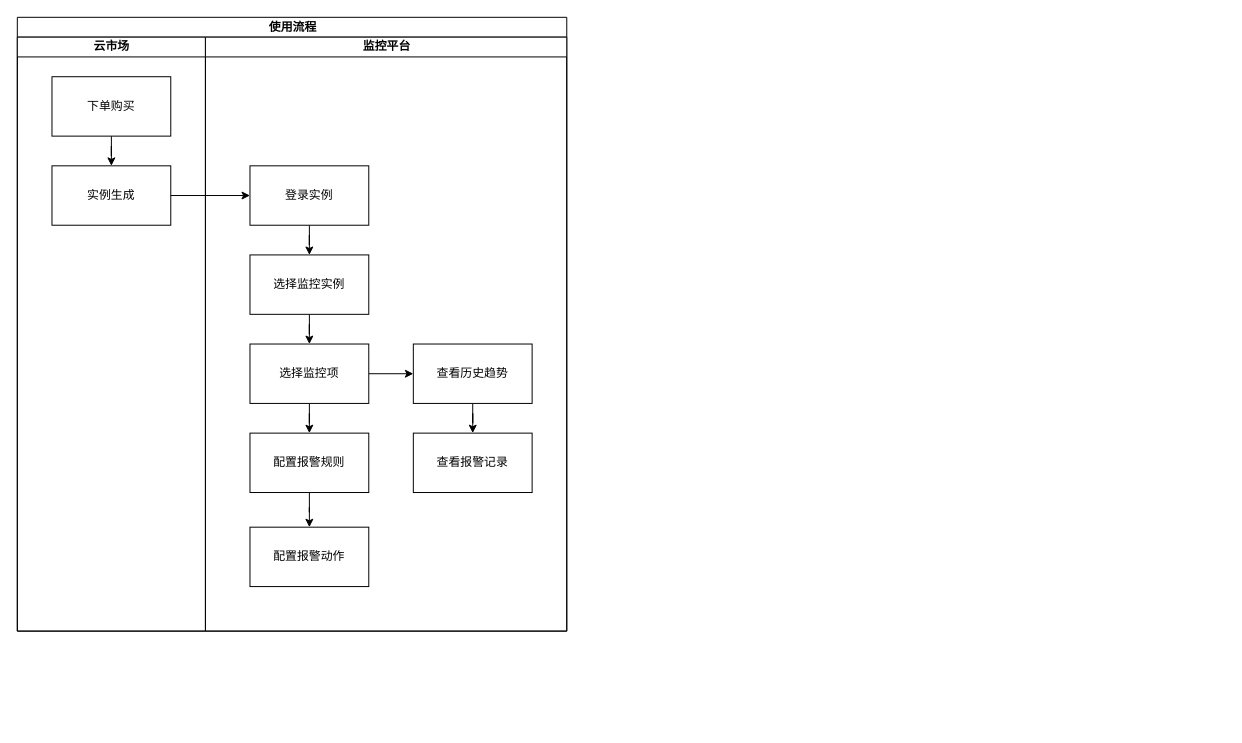
The draw.io diagram page "运维监控" (6 of 7) of Hedv.drawio in Sidamor/drawio, before the edit. Source tidied: cells renumbered, new cells numbered last; positions are measured from the earlier drawing's top-left corner, leaving out a move shared by most shapes. Both pictures are drawn from the tidied source at 99%, with x=0, y=0 at pixel (17, 17).
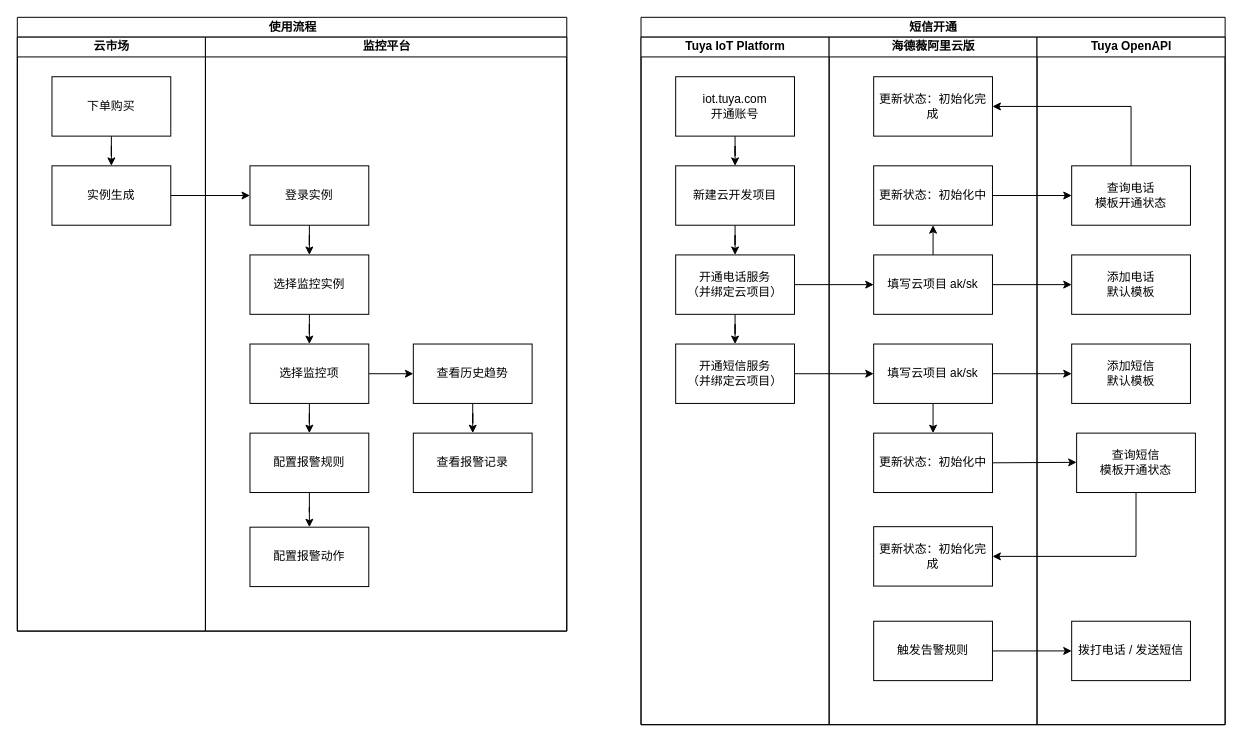
The same page after the edit.

Change to the diagram source:
```diff
@@
+    <mxCell id="22" value="短信开通" style="swimlane;startSize=20;html=1;" parent="1" vertex="1">
+      <mxGeometry x="630" width="590" height="714.5" as="geometry" />
+    </mxCell>
+    <mxCell id="23" value="Tuya IoT Platform" style="swimlane;startSize=20;html=1;" parent="22" vertex="1">
+      <mxGeometry y="20" width="190" height="694.5" as="geometry" />
+    </mxCell>
+    <mxCell id="24" style="edgeStyle=orthogonalEdgeStyle;rounded=0;jettySize=auto;html=1;" parent="23" edge="1" source="25" target="27">
+      <mxGeometry relative="1" as="geometry" />
+    </mxCell>
+    <mxCell id="25" value="iot.tuya.com&lt;br&gt;开通账号" style="rounded=0;whiteSpace=wrap;html=1;" parent="23" vertex="1">
+      <mxGeometry x="35" y="40" width="120" height="60" as="geometry" />
+    </mxCell>
+    <mxCell id="26" style="edgeStyle=orthogonalEdgeStyle;rounded=0;jettySize=auto;html=1;" parent="23" edge="1" source="27" target="29">
+      <mxGeometry relative="1" as="geometry" />
+    </mxCell>
+    <mxCell id="27" value="新建云开发项目" style="rounded=0;whiteSpace=wrap;html=1;" parent="23" vertex="1">
+      <mxGeometry x="35" y="130" width="120" height="60" as="geometry" />
+    </mxCell>
+    <mxCell id="28" style="edgeStyle=orthogonalEdgeStyle;rounded=0;jettySize=auto;html=1;" parent="23" edge="1" source="29" target="30">
+      <mxGeometry relative="1" as="geometry" />
+    </mxCell>
+    <mxCell id="29" value="开通电话服务&lt;br&gt;（并绑定云项目）" style="rounded=0;html=1;whiteSpace=wrap;" parent="23" vertex="1">
+      <mxGeometry x="35" y="220" width="120" height="60" as="geometry" />
+    </mxCell>
+    <mxCell id="30" value="开通短信服务&lt;br&gt;（并绑定云项目）" style="rounded=0;whiteSpace=wrap;html=1;" parent="23" vertex="1">
+      <mxGeometry x="35" y="310" width="120" height="60" as="geometry" />
+    </mxCell>
+    <mxCell id="31" value="海德薇阿里云版" style="swimlane;startSize=20;html=1;" parent="22" vertex="1">
+      <mxGeometry x="190" y="20" width="210" height="694.5" as="geometry" />
+    </mxCell>
+    <mxCell id="32" style="edgeStyle=orthogonalEdgeStyle;rounded=0;jettySize=auto;html=1;exitX=0.5;exitY=1;exitDx=0;exitDy=0;entryX=0.5;entryY=0;entryDx=0;entryDy=0;" parent="31" edge="1" source="33" target="35">
+      <mxGeometry relative="1" as="geometry" />
+    </mxCell>
+    <mxCell id="33" value="填写云项目 ak/sk" style="rounded=0;whiteSpace=wrap;html=1;" parent="31" vertex="1">
+      <mxGeometry x="45" y="310" width="120" height="60" as="geometry" />
+    </mxCell>
+    <mxCell id="34" style="edgeStyle=orthogonalEdgeStyle;rounded=0;jettySize=auto;html=1;exitX=1;exitY=0.5;exitDx=0;exitDy=0;" parent="31" edge="1" source="35">
+      <mxGeometry relative="1" as="geometry">
+        <mxPoint x="250" y="429.5" as="targetPoint" />
+      </mxGeometry>
+    </mxCell>
+    <mxCell id="35" value="更新状态：初始化中" style="rounded=0;whiteSpace=wrap;html=1;" parent="31" vertex="1">
+      <mxGeometry x="45" y="400" width="120" height="60" as="geometry" />
+    </mxCell>
+    <mxCell id="36" value="更新状态：初始化完成" style="rounded=0;whiteSpace=wrap;html=1;" parent="31" vertex="1">
+      <mxGeometry x="45" y="494.5" width="120" height="60" as="geometry" />
+    </mxCell>
+    <mxCell id="37" value="触发告警规则" style="rounded=0;whiteSpace=wrap;html=1;" parent="31" vertex="1">
+      <mxGeometry x="45" y="590" width="120" height="60" as="geometry" />
+    </mxCell>
+    <mxCell id="38" style="edgeStyle=orthogonalEdgeStyle;rounded=0;jettySize=auto;html=1;exitX=0.5;exitY=0;exitDx=0;exitDy=0;entryX=0.5;entryY=1;entryDx=0;entryDy=0;" parent="31" edge="1" source="39" target="40">
+      <mxGeometry relative="1" as="geometry" />
+    </mxCell>
+    <mxCell id="39" value="填写云项目 ak/sk" style="rounded=0;whiteSpace=wrap;html=1;" parent="31" vertex="1">
+      <mxGeometry x="45" y="220" width="120" height="60" as="geometry" />
+    </mxCell>
+    <mxCell id="40" value="更新状态：初始化中" style="rounded=0;whiteSpace=wrap;html=1;" parent="31" vertex="1">
+      <mxGeometry x="45" y="130" width="120" height="60" as="geometry" />
+    </mxCell>
+    <mxCell id="41" value="更新状态：初始化完成" style="rounded=0;whiteSpace=wrap;html=1;" parent="31" vertex="1">
+      <mxGeometry x="45" y="40" width="120" height="60" as="geometry" />
+    </mxCell>
+    <mxCell id="42" style="edgeStyle=orthogonalEdgeStyle;rounded=0;jettySize=auto;html=1;exitX=1;exitY=0.5;exitDx=0;exitDy=0;entryX=0;entryY=0.5;entryDx=0;entryDy=0;" parent="22" edge="1" source="30" target="33">
+      <mxGeometry relative="1" as="geometry" />
+    </mxCell>
+    <mxCell id="43" value="Tuya OpenAPI" style="swimlane;startSize=20;html=1;" parent="22" vertex="1">
+      <mxGeometry x="400" y="20" width="190" height="694.5" as="geometry" />
+    </mxCell>
+    <mxCell id="44" value="添加短信&lt;br&gt;默认模板" style="rounded=0;whiteSpace=wrap;html=1;" parent="43" vertex="1">
+      <mxGeometry x="35" y="310" width="120" height="60" as="geometry" />
+    </mxCell>
+    <mxCell id="45" value="查询短信&lt;br&gt;模板开通状态" style="rounded=0;whiteSpace=wrap;html=1;" parent="43" vertex="1">
+      <mxGeometry x="40" y="400" width="120" height="60" as="geometry" />
+    </mxCell>
+    <mxCell id="46" value="拨打电话 / 发送短信" style="rounded=0;whiteSpace=wrap;html=1;" parent="43" vertex="1">
+      <mxGeometry x="35" y="590" width="120" height="60" as="geometry" />
+    </mxCell>
+    <mxCell id="47" value="添加电话&lt;br&gt;默认模板" style="rounded=0;whiteSpace=wrap;html=1;" parent="43" vertex="1">
+      <mxGeometry x="35" y="220" width="120" height="60" as="geometry" />
+    </mxCell>
+    <mxCell id="48" value="查询电话&lt;br&gt;模板开通状态" style="rounded=0;whiteSpace=wrap;html=1;" parent="43" vertex="1">
+      <mxGeometry x="35" y="130" width="120" height="60" as="geometry" />
+    </mxCell>
+    <mxCell id="49" style="edgeStyle=orthogonalEdgeStyle;rounded=0;jettySize=auto;html=1;" parent="22" edge="1" source="33" target="44">
+      <mxGeometry relative="1" as="geometry" />
+    </mxCell>
+    <mxCell id="50" style="edgeStyle=orthogonalEdgeStyle;rounded=0;jettySize=auto;html=1;exitX=0.5;exitY=1;exitDx=0;exitDy=0;entryX=1;entryY=0.5;entryDx=0;entryDy=0;" parent="22" edge="1" source="45" target="36">
+      <mxGeometry relative="1" as="geometry" />
+    </mxCell>
+    <mxCell id="51" style="edgeStyle=orthogonalEdgeStyle;rounded=0;jettySize=auto;html=1;exitX=1;exitY=0.5;exitDx=0;exitDy=0;entryX=0;entryY=0.5;entryDx=0;entryDy=0;" parent="22" edge="1" source="37" target="46">
+      <mxGeometry relative="1" as="geometry" />
+    </mxCell>
+    <mxCell id="52" style="edgeStyle=orthogonalEdgeStyle;rounded=0;jettySize=auto;html=1;exitX=1;exitY=0.5;exitDx=0;exitDy=0;entryX=0;entryY=0.5;entryDx=0;entryDy=0;" parent="22" edge="1" source="29" target="39">
+      <mxGeometry relative="1" as="geometry" />
+    </mxCell>
+    <mxCell id="53" style="edgeStyle=orthogonalEdgeStyle;rounded=0;jettySize=auto;html=1;exitX=1;exitY=0.5;exitDx=0;exitDy=0;entryX=0;entryY=0.5;entryDx=0;entryDy=0;" parent="22" edge="1" source="39" target="47">
+      <mxGeometry relative="1" as="geometry" />
+    </mxCell>
+    <mxCell id="54" style="edgeStyle=orthogonalEdgeStyle;rounded=0;jettySize=auto;html=1;exitX=1;exitY=0.5;exitDx=0;exitDy=0;entryX=0;entryY=0.5;entryDx=0;entryDy=0;" parent="22" edge="1" source="40" target="48">
+      <mxGeometry relative="1" as="geometry" />
+    </mxCell>
+    <mxCell id="55" style="edgeStyle=orthogonalEdgeStyle;rounded=0;jettySize=auto;html=1;exitX=0.5;exitY=0;exitDx=0;exitDy=0;entryX=1;entryY=0.5;entryDx=0;entryDy=0;" parent="22" edge="1" source="48" target="41">
+      <mxGeometry relative="1" as="geometry" />
+    </mxCell>
```
